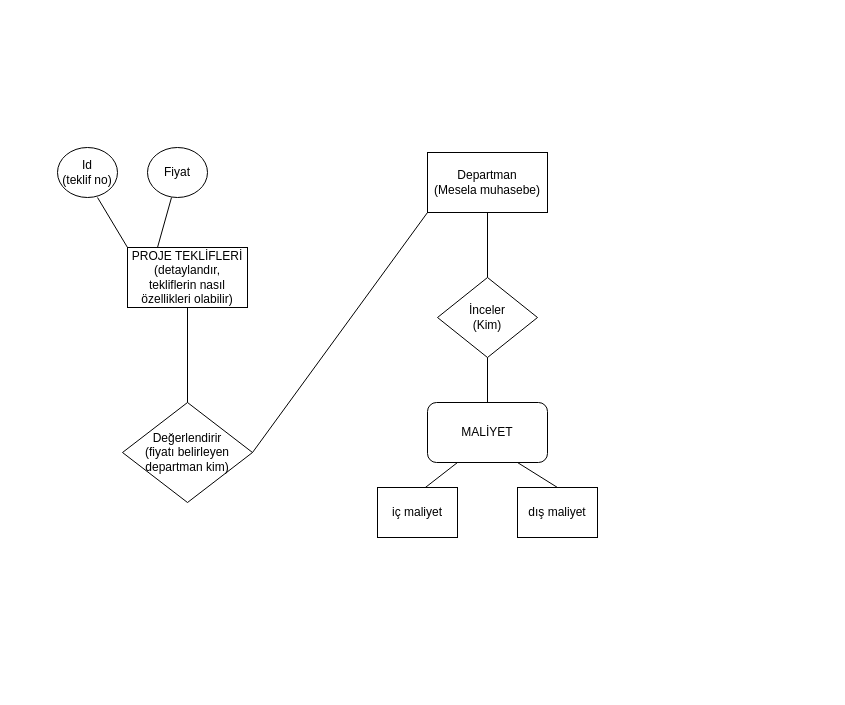
Before: duzce.drawio in YamanOnur/duzce, a draw.io diagram. Source tidied: cells renumbered, new cells numbered last; positions are measured from the earlier drawing's top-left corner, leaving out a move shared by most shapes. Both pictures are drawn from the tidied source at 100%, with x=0, y=0 at pixel (57, 147).
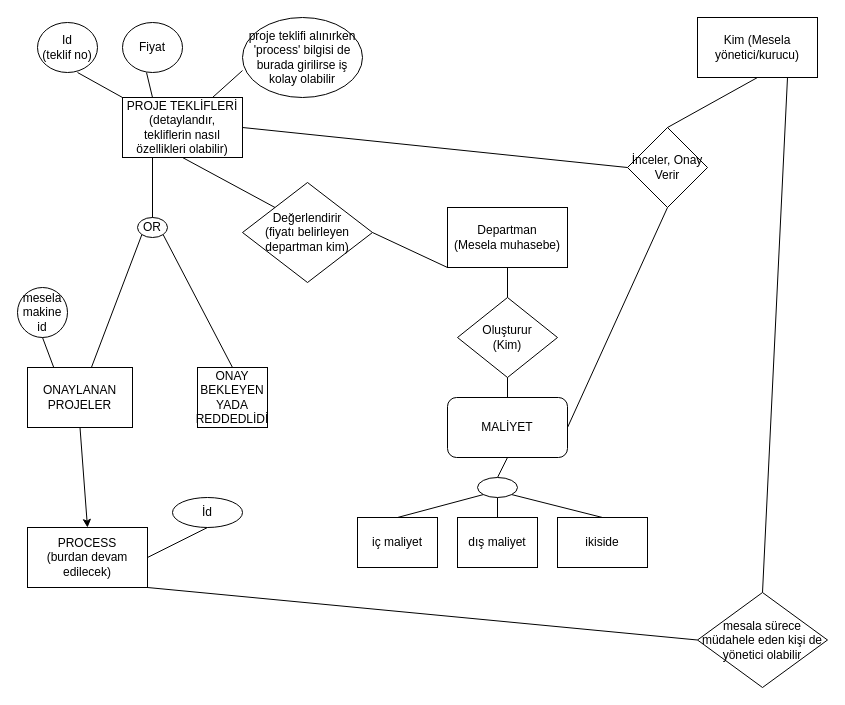
After the change.

Change to the diagram source:
```diff
@@
     <mxCell id="2" value="PROJE TEKLİFLERİ&lt;br&gt;(detaylandır,&lt;br&gt;tekliflerin nasıl özellikleri olabilir)" style="rounded=0;whiteSpace=wrap;html=1;" parent="1" vertex="1">
-      <mxGeometry x="70" y="100" width="120" height="60" as="geometry" />
+      <mxGeometry x="65" y="-50" width="120" height="60" as="geometry" />
     </mxCell>
@@
     <mxCell id="4" value="Id&lt;br&gt;(teklif no)" style="ellipse;whiteSpace=wrap;html=1;" parent="1" vertex="1">
-      <mxGeometry width="60" height="50" as="geometry" />
+      <mxGeometry x="-20" y="-125" width="60" height="50" as="geometry" />
     </mxCell>
     <mxCell id="5" value="Değerlendirir&lt;br&gt;(fiyatı belirleyen departman kim)" style="rhombus;whiteSpace=wrap;html=1;" parent="1" vertex="1">
-      <mxGeometry x="65" y="255" width="130" height="100" as="geometry" />
+      <mxGeometry x="185" y="35" width="130" height="100" as="geometry" />
     </mxCell>
-    <mxCell id="6" style="endArrow=none;html=1;rounded=0;exitX=0.5;exitY=0;exitDx=0;exitDy=0;entryX=0.5;entryY=1;entryDx=0;entryDy=0;" parent="1" edge="1" source="5" target="2">
+    <mxCell id="6" style="endArrow=none;html=1;rounded=0;exitX=0;exitY=0;exitDx=0;exitDy=0;entryX=0.5;entryY=1;entryDx=0;entryDy=0;" parent="1" edge="1" source="5" target="2">
       <mxGeometry relative="1" as="geometry" />
     </mxCell>
-    <mxCell id="7" value="MALİYET" style="rounded=1;whiteSpace=wrap;html=1;" parent="1" vertex="1">
-      <mxGeometry x="370" y="255" width="120" height="60" as="geometry" />
+    <mxCell id="7" value="MALİYET" style="rounded=1;whiteSpace=wrap;html=1;fillColor=none;" parent="1" vertex="1">
+      <mxGeometry x="390" y="250" width="120" height="60" as="geometry" />
     </mxCell>
-    <mxCell id="8" style="endArrow=none;html=1;rounded=0;exitX=0.25;exitY=1;exitDx=0;exitDy=0;entryX=0.5;entryY=0;entryDx=0;entryDy=0;" parent="1" edge="1" source="7">
-      <mxGeometry relative="1" as="geometry">
-        <mxPoint x="355" y="350" as="targetPoint" />
-      </mxGeometry>
-    </mxCell>
-    <mxCell id="9" style="endArrow=none;html=1;rounded=0;exitX=0.75;exitY=1;exitDx=0;exitDy=0;entryX=0.5;entryY=0;entryDx=0;entryDy=0;" parent="1" edge="1" source="7" target="10">
-      <mxGeometry relative="1" as="geometry" />
-    </mxCell>
     <mxCell id="10" value="dış maliyet" style="rounded=0;whiteSpace=wrap;html=1;" parent="1" vertex="1">
-      <mxGeometry x="460" y="340" width="80" height="50" as="geometry" />
+      <mxGeometry x="400" y="370" width="80" height="50" as="geometry" />
     </mxCell>
     <mxCell id="11" value="iç maliyet" style="rounded=0;whiteSpace=wrap;html=1;" parent="1" vertex="1">
-      <mxGeometry x="320" y="340" width="80" height="50" as="geometry" />
+      <mxGeometry x="300" y="370" width="80" height="50" as="geometry" />
     </mxCell>
-    <mxCell id="12" value="İnceler&lt;br&gt;(Kim)" style="rhombus;whiteSpace=wrap;html=1;" parent="1" vertex="1">
-      <mxGeometry x="380" y="130" width="100" height="80" as="geometry" />
+    <mxCell id="12" value="Oluşturur&lt;br&gt;(Kim)" style="rhombus;whiteSpace=wrap;html=1;" parent="1" vertex="1">
+      <mxGeometry x="400" y="150" width="100" height="80" as="geometry" />
     </mxCell>
@@
     <mxCell id="14" value="Departman&lt;br&gt;(Mesela muhasebe)" style="rounded=0;whiteSpace=wrap;html=1;" parent="1" vertex="1">
-      <mxGeometry x="370" y="5" width="120" height="60" as="geometry" />
+      <mxGeometry x="390" y="60" width="120" height="60" as="geometry" />
     </mxCell>
@@
     <mxCell id="17" value="Fiyat" style="ellipse;whiteSpace=wrap;html=1;" parent="1" vertex="1">
-      <mxGeometry x="90" width="60" height="50" as="geometry" />
+      <mxGeometry x="65" y="-125" width="60" height="50" as="geometry" />
     </mxCell>
@@
+    <mxCell id="19" style="endArrow=none;html=1;rounded=0;exitX=1;exitY=0.5;exitDx=0;exitDy=0;entryX=0.5;entryY=1;entryDx=0;entryDy=0;" parent="1" edge="1" source="7" target="21">
+      <mxGeometry relative="1" as="geometry" />
+    </mxCell>
+    <mxCell id="20" value="Kim (Mesela yönetici/kurucu)" style="rounded=0;whiteSpace=wrap;html=1;" parent="1" vertex="1">
+      <mxGeometry x="640" y="-130" width="120" height="60" as="geometry" />
+    </mxCell>
+    <mxCell id="21" value="İnceler, Onay Verir" style="rhombus;whiteSpace=wrap;html=1;" parent="1" vertex="1">
+      <mxGeometry x="570" y="-20" width="80" height="80" as="geometry" />
+    </mxCell>
+    <mxCell id="22" style="endArrow=none;html=1;rounded=0;entryX=0.5;entryY=0;entryDx=0;entryDy=0;exitX=0.5;exitY=1;exitDx=0;exitDy=0;" parent="1" edge="1" source="20" target="21">
+      <mxGeometry relative="1" as="geometry" />
+    </mxCell>
+    <mxCell id="23" style="endArrow=none;html=1;rounded=0;entryX=0.5;entryY=1;entryDx=0;entryDy=0;exitX=0.5;exitY=0;exitDx=0;exitDy=0;" parent="1" edge="1" source="25" target="7">
+      <mxGeometry relative="1" as="geometry" />
+    </mxCell>
+    <mxCell id="24" style="endArrow=none;html=1;rounded=0;entryX=0.5;entryY=0;entryDx=0;entryDy=0;exitX=0.5;exitY=1;exitDx=0;exitDy=0;" parent="1" edge="1" source="25" target="10">
+      <mxGeometry relative="1" as="geometry" />
+    </mxCell>
+    <mxCell id="25" style="ellipse;whiteSpace=wrap;html=1;" parent="1" vertex="1">
+      <mxGeometry x="420" y="330" width="40" height="20" as="geometry" />
+    </mxCell>
+    <mxCell id="26" style="endArrow=none;html=1;rounded=0;entryX=0;entryY=1;entryDx=0;entryDy=0;exitX=0.5;exitY=0;exitDx=0;exitDy=0;" parent="1" edge="1" source="11" target="25">
+      <mxGeometry relative="1" as="geometry" />
+    </mxCell>
+    <mxCell id="27" value="ikiside" style="rounded=0;whiteSpace=wrap;html=1;" parent="1" vertex="1">
+      <mxGeometry x="500" y="370" width="90" height="50" as="geometry" />
+    </mxCell>
+    <mxCell id="28" style="endArrow=none;html=1;rounded=0;exitX=1;exitY=1;exitDx=0;exitDy=0;entryX=0.5;entryY=0;entryDx=0;entryDy=0;" parent="1" edge="1" source="25" target="27">
+      <mxGeometry relative="1" as="geometry" />
+    </mxCell>
+    <mxCell id="29" style="endArrow=none;html=1;rounded=0;exitX=1;exitY=0.5;exitDx=0;exitDy=0;entryX=0;entryY=0.5;entryDx=0;entryDy=0;" parent="1" edge="1" source="2" target="21">
+      <mxGeometry relative="1" as="geometry" />
+    </mxCell>
+    <mxCell id="30" style="endArrow=none;html=1;rounded=0;exitX=0;exitY=1;exitDx=0;exitDy=0;" parent="1" edge="1" source="34" target="31">
+      <mxGeometry relative="1" as="geometry" />
+    </mxCell>
+    <mxCell id="31" value="ONAYLANAN PROJELER" style="rounded=0;whiteSpace=wrap;html=1;" parent="1" vertex="1">
+      <mxGeometry x="-30" y="220" width="105" height="60" as="geometry" />
+    </mxCell>
+    <mxCell id="32" value="ONAY BEKLEYEN YADA REDDEDLİDİ" style="rounded=0;whiteSpace=wrap;html=1;" parent="1" vertex="1">
+      <mxGeometry x="140" y="220" width="70" height="60" as="geometry" />
+    </mxCell>
+    <mxCell id="33" style="endArrow=none;html=1;rounded=0;exitX=0.5;exitY=0;exitDx=0;exitDy=0;entryX=1;entryY=1;entryDx=0;entryDy=0;" parent="1" edge="1" source="32" target="34">
+      <mxGeometry relative="1" as="geometry" />
+    </mxCell>
+    <mxCell id="34" value="OR" style="ellipse;whiteSpace=wrap;html=1;" parent="1" vertex="1">
+      <mxGeometry x="80" y="70" width="30" height="20" as="geometry" />
+    </mxCell>
+    <mxCell id="35" style="endArrow=none;html=1;rounded=0;exitX=0.5;exitY=0;exitDx=0;exitDy=0;entryX=0.25;entryY=1;entryDx=0;entryDy=0;" parent="1" edge="1" source="34" target="2">
+      <mxGeometry relative="1" as="geometry" />
+    </mxCell>
+    <mxCell id="36" value="mesela makine id" style="ellipse;whiteSpace=wrap;html=1;" parent="1" vertex="1">
+      <mxGeometry x="-40" y="140" width="50" height="50" as="geometry" />
+    </mxCell>
+    <mxCell id="37" style="endArrow=none;html=1;rounded=0;exitX=0.25;exitY=0;exitDx=0;exitDy=0;entryX=0.5;entryY=1;entryDx=0;entryDy=0;" parent="1" edge="1" source="31" target="36">
+      <mxGeometry relative="1" as="geometry" />
+    </mxCell>
+    <mxCell id="38" value="proje teklifi alınırken 'process' bilgisi de burada girilirse iş kolay olabilir" style="ellipse;whiteSpace=wrap;html=1;" parent="1" vertex="1">
+      <mxGeometry x="185" y="-130" width="120" height="80" as="geometry" />
+    </mxCell>
+    <mxCell id="39" style="endArrow=none;html=1;rounded=0;exitX=0.75;exitY=0;exitDx=0;exitDy=0;entryX=0;entryY=0.663;entryDx=0;entryDy=0;entryPerimeter=0;" parent="1" edge="1" source="2" target="38">
+      <mxGeometry relative="1" as="geometry" />
+    </mxCell>
+    <mxCell id="40" value="PROCESS&lt;br&gt;(burdan devam edilecek)" style="rounded=0;whiteSpace=wrap;html=1;" parent="1" vertex="1">
+      <mxGeometry x="-30" y="380" width="120" height="60" as="geometry" />
+    </mxCell>
+    <mxCell id="41" value="İd" style="ellipse;whiteSpace=wrap;html=1;" parent="1" vertex="1">
+      <mxGeometry x="115" y="350" width="70" height="30" as="geometry" />
+    </mxCell>
+    <mxCell id="42" style="endArrow=none;html=1;rounded=0;exitX=1;exitY=0.5;exitDx=0;exitDy=0;entryX=0.5;entryY=1;entryDx=0;entryDy=0;" parent="1" edge="1" source="40" target="41">
+      <mxGeometry relative="1" as="geometry" />
+    </mxCell>
+    <mxCell id="43" style="endArrow=classic;html=1;rounded=0;exitX=0.5;exitY=1;exitDx=0;exitDy=0;entryX=0.5;entryY=0;entryDx=0;entryDy=0;" parent="1" edge="1" source="31" target="40">
+      <mxGeometry relative="1" as="geometry" />
+    </mxCell>
+    <mxCell id="44" style="endArrow=none;html=1;rounded=0;entryX=0.75;entryY=1;entryDx=0;entryDy=0;exitX=0.5;exitY=0;exitDx=0;exitDy=0;" parent="1" edge="1" source="45" target="20">
+      <mxGeometry relative="1" as="geometry" />
+    </mxCell>
+    <mxCell id="45" value="mesala sürece müdahele eden kişi de yönetici olabilir" style="rhombus;whiteSpace=wrap;html=1;" parent="1" vertex="1">
+      <mxGeometry x="640" y="445" width="130" height="95" as="geometry" />
+    </mxCell>
+    <mxCell id="46" style="endArrow=none;html=1;rounded=0;entryX=0;entryY=0.5;entryDx=0;entryDy=0;exitX=1;exitY=1;exitDx=0;exitDy=0;" parent="1" edge="1" source="40" target="45">
+      <mxGeometry relative="1" as="geometry" />
+    </mxCell>
```
